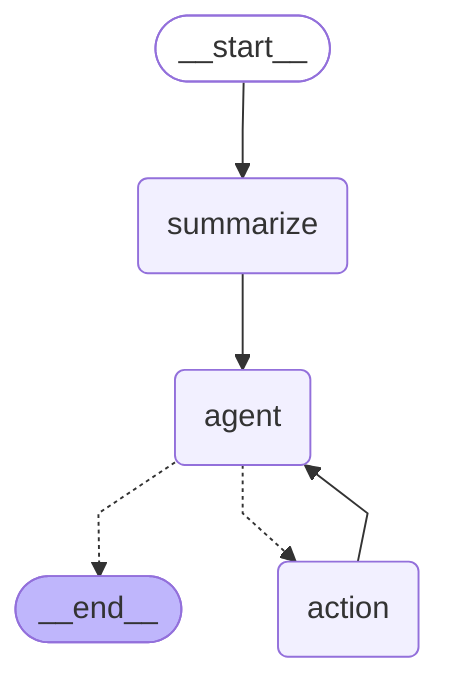
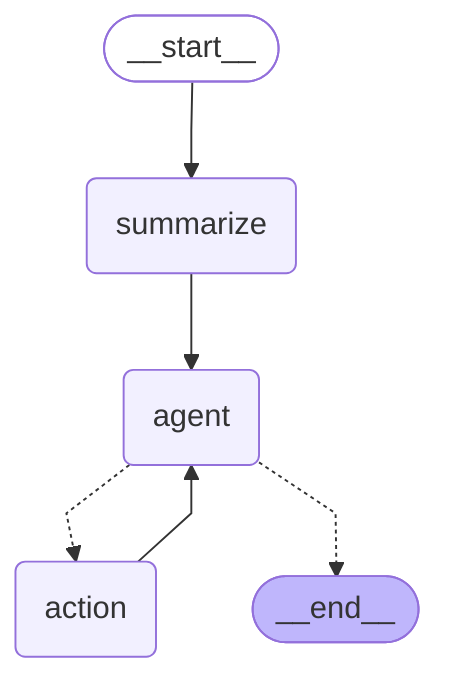
---
config:
  flowchart:
    curve: linear
---
graph TD;
	__start__([<p>__start__</p>]):::first
	summarize(summarize)
	agent(agent)
	action(action)
	__end__([<p>__end__</p>]):::last
	__start__ --> summarize;
	action --> agent;
- 	agent -.-> __end__;
	agent -.-> action;
	summarize --> agent;
+ 	agent -.-> __end__;
	classDef default fill:#f2f0ff,line-height:1.2
	classDef first fill-opacity:0
	classDef last fill:#bfb6fc
